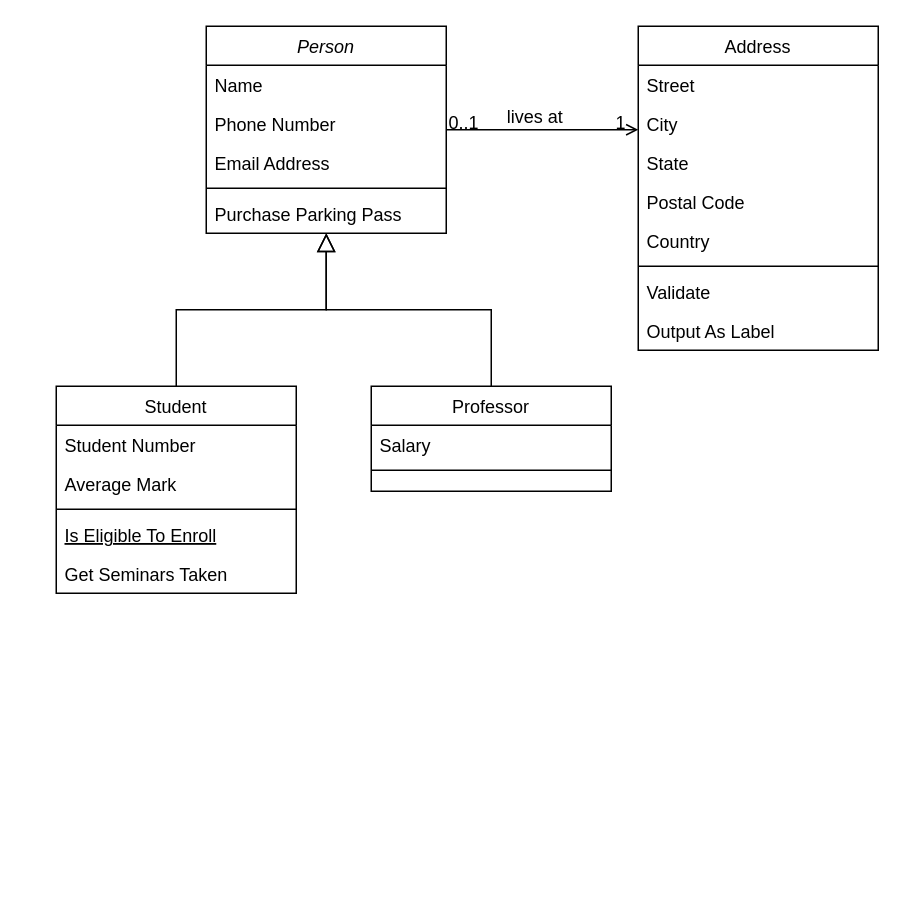
majupeixoto/polaris keeps this draw.io diagram as Polaris.drawio. Above is the earlier version. Source tidied: cells renumbered, new cells numbered last; positions are measured from the earlier drawing's top-left corner, leaving out a move shared by most shapes. Both pictures are drawn from the tidied source at 150%, with x=0, y=0 at pixel (56, 26).
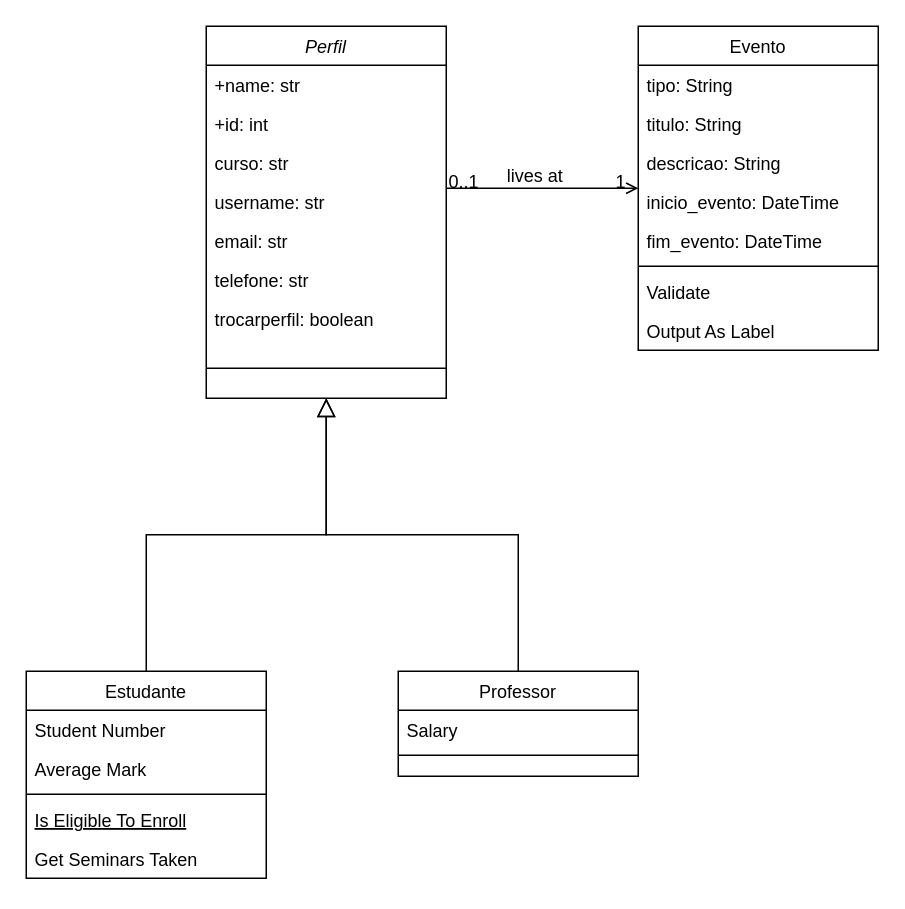
Above is the later version.

The edit, as a diff of the source:
```diff
@@
-    <mxCell id="2" value="Person" style="swimlane;fontStyle=2;align=center;verticalAlign=top;horizontal=1;startSize=26;rounded=0;shadow=0;strokeWidth=1;" parent="1" vertex="1">
-      <mxGeometry x="100" width="160" height="138" as="geometry" />
+    <mxCell id="2" value="Perfil" style="swimlane;fontStyle=2;align=center;verticalAlign=top;horizontal=1;startSize=26;rounded=0;shadow=0;strokeWidth=1;" parent="1" vertex="1">
+      <mxGeometry x="100" width="160" height="248" as="geometry" />
     </mxCell>
-    <mxCell id="3" value="Name" style="text;align=left;verticalAlign=top;spacingLeft=4;spacingRight=4;overflow=hidden;" parent="2" vertex="1">
+    <mxCell id="3" value="+name: str" style="text;align=left;verticalAlign=top;spacingLeft=4;spacingRight=4;overflow=hidden;" parent="2" vertex="1">
       <mxGeometry y="26" width="160" height="26" as="geometry" />
     </mxCell>
-    <mxCell id="4" value="Phone Number" style="text;align=left;verticalAlign=top;spacingLeft=4;spacingRight=4;overflow=hidden;rounded=0;shadow=0;html=0;" parent="2" vertex="1">
+    <mxCell id="4" value="+id: int" style="text;align=left;verticalAlign=top;spacingLeft=4;spacingRight=4;overflow=hidden;rounded=0;shadow=0;html=0;" parent="2" vertex="1">
       <mxGeometry y="52" width="160" height="26" as="geometry" />
     </mxCell>
-    <mxCell id="5" value="Email Address" style="text;align=left;verticalAlign=top;spacingLeft=4;spacingRight=4;overflow=hidden;rounded=0;shadow=0;html=0;" parent="2" vertex="1">
-      <mxGeometry y="78" width="160" height="26" as="geometry" />
-    </mxCell>
+    <mxCell id="32" value="curso: str" style="text;align=left;verticalAlign=top;spacingLeft=4;spacingRight=4;overflow=hidden;rounded=0;shadow=0;html=0;" parent="2" vertex="1">
+      <mxGeometry y="78" width="160" height="26" as="geometry" />
+    </mxCell>
+    <mxCell id="33" value="username: str" style="text;align=left;verticalAlign=top;spacingLeft=4;spacingRight=4;overflow=hidden;rounded=0;shadow=0;html=0;" parent="2" vertex="1">
+      <mxGeometry y="104" width="160" height="26" as="geometry" />
+    </mxCell>
+    <mxCell id="34" value="email: str" style="text;align=left;verticalAlign=top;spacingLeft=4;spacingRight=4;overflow=hidden;rounded=0;shadow=0;html=0;" parent="2" vertex="1">
+      <mxGeometry y="130" width="160" height="26" as="geometry" />
+    </mxCell>
+    <mxCell id="35" value="telefone: str" style="text;align=left;verticalAlign=top;spacingLeft=4;spacingRight=4;overflow=hidden;rounded=0;shadow=0;html=0;" parent="2" vertex="1">
+      <mxGeometry y="156" width="160" height="26" as="geometry" />
+    </mxCell>
+    <mxCell id="36" value="trocarperfil: boolean" style="text;align=left;verticalAlign=top;spacingLeft=4;spacingRight=4;overflow=hidden;rounded=0;shadow=0;html=0;" parent="2" vertex="1">
+      <mxGeometry y="182" width="160" height="26" as="geometry" />
+    </mxCell>
     <mxCell id="6" style="line;html=1;strokeWidth=1;align=left;verticalAlign=middle;spacingTop=-1;spacingLeft=3;spacingRight=3;labelPosition=right;" parent="2" vertex="1">
-      <mxGeometry y="104" width="160" height="8" as="geometry" />
+      <mxGeometry y="208" width="160" height="40" as="geometry" />
     </mxCell>
-    <mxCell id="7" value="Purchase Parking Pass" style="text;align=left;verticalAlign=top;spacingLeft=4;spacingRight=4;overflow=hidden;" parent="2" vertex="1">
-      <mxGeometry y="112" width="160" height="26" as="geometry" />
-    </mxCell>
-    <mxCell id="8" value="Student" style="swimlane;fontStyle=0;align=center;verticalAlign=top;horizontal=1;startSize=26;rounded=0;shadow=0;strokeWidth=1;" parent="1" vertex="1">
-      <mxGeometry y="240" width="160" height="138" as="geometry" />
+    <mxCell id="8" value="Estudante" style="swimlane;fontStyle=0;align=center;verticalAlign=top;horizontal=1;startSize=26;rounded=0;shadow=0;strokeWidth=1;" parent="1" vertex="1">
+      <mxGeometry x="-20" y="430" width="160" height="138" as="geometry" />
     </mxCell>
@@
     <mxCell id="15" value="Professor" style="swimlane;fontStyle=0;align=center;verticalAlign=top;horizontal=1;startSize=26;rounded=0;shadow=0;strokeWidth=1;" parent="1" vertex="1">
-      <mxGeometry x="210" y="240" width="160" height="70" as="geometry" />
+      <mxGeometry x="228" y="430" width="160" height="70" as="geometry" />
     </mxCell>
@@
-    <mxCell id="19" value="Address" style="swimlane;fontStyle=0;align=center;verticalAlign=top;horizontal=1;startSize=26;rounded=0;shadow=0;strokeWidth=1;" parent="1" vertex="1">
+    <mxCell id="19" value="Evento" style="swimlane;fontStyle=0;align=center;verticalAlign=top;horizontal=1;startSize=26;rounded=0;shadow=0;strokeWidth=1;" parent="1" vertex="1">
       <mxGeometry x="388" width="160" height="216" as="geometry" />
     </mxCell>
-    <mxCell id="20" value="Street" style="text;align=left;verticalAlign=top;spacingLeft=4;spacingRight=4;overflow=hidden;" parent="19" vertex="1">
+    <mxCell id="20" value="tipo: String" style="text;align=left;verticalAlign=top;spacingLeft=4;spacingRight=4;overflow=hidden;" parent="19" vertex="1">
       <mxGeometry y="26" width="160" height="26" as="geometry" />
     </mxCell>
-    <mxCell id="21" value="City" style="text;align=left;verticalAlign=top;spacingLeft=4;spacingRight=4;overflow=hidden;rounded=0;shadow=0;html=0;" parent="19" vertex="1">
+    <mxCell id="21" value="titulo: String" style="text;align=left;verticalAlign=top;spacingLeft=4;spacingRight=4;overflow=hidden;rounded=0;shadow=0;html=0;" parent="19" vertex="1">
       <mxGeometry y="52" width="160" height="26" as="geometry" />
     </mxCell>
-    <mxCell id="22" value="State" style="text;align=left;verticalAlign=top;spacingLeft=4;spacingRight=4;overflow=hidden;rounded=0;shadow=0;html=0;" parent="19" vertex="1">
+    <mxCell id="22" value="descricao: String" style="text;align=left;verticalAlign=top;spacingLeft=4;spacingRight=4;overflow=hidden;rounded=0;shadow=0;html=0;" parent="19" vertex="1">
       <mxGeometry y="78" width="160" height="26" as="geometry" />
     </mxCell>
-    <mxCell id="23" value="Postal Code" style="text;align=left;verticalAlign=top;spacingLeft=4;spacingRight=4;overflow=hidden;rounded=0;shadow=0;html=0;" parent="19" vertex="1">
+    <mxCell id="23" value="inicio_evento: DateTime" style="text;align=left;verticalAlign=top;spacingLeft=4;spacingRight=4;overflow=hidden;rounded=0;shadow=0;html=0;" parent="19" vertex="1">
       <mxGeometry y="104" width="160" height="26" as="geometry" />
     </mxCell>
-    <mxCell id="24" value="Country" style="text;align=left;verticalAlign=top;spacingLeft=4;spacingRight=4;overflow=hidden;rounded=0;shadow=0;html=0;" parent="19" vertex="1">
+    <mxCell id="24" value="fim_evento: DateTime" style="text;align=left;verticalAlign=top;spacingLeft=4;spacingRight=4;overflow=hidden;rounded=0;shadow=0;html=0;" parent="19" vertex="1">
       <mxGeometry y="130" width="160" height="26" as="geometry" />
     </mxCell>
```
